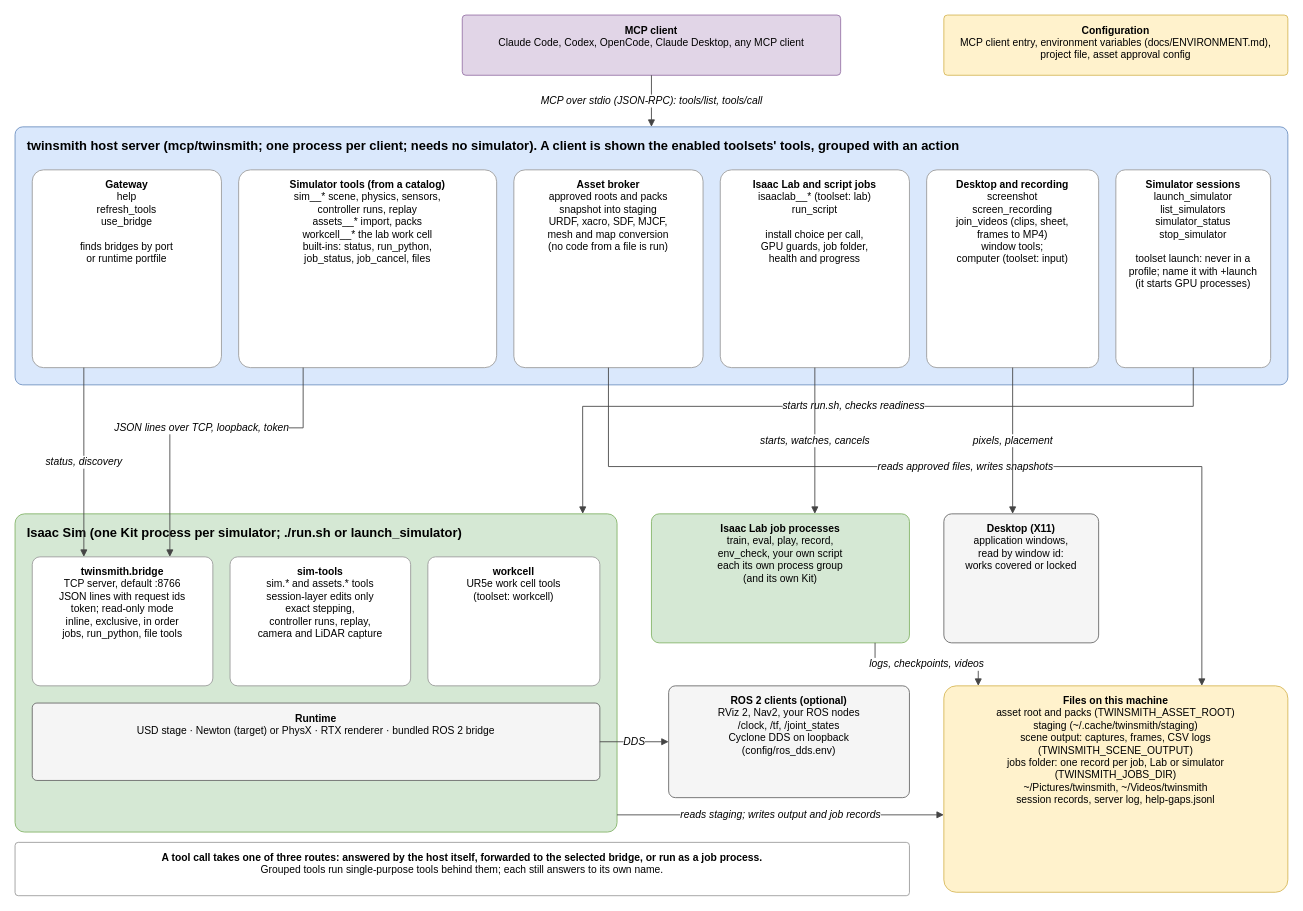
Earlier version of the draw.io diagram docs/architecture.drawio (kalebcoleman/isaac-mcp). Source tidied: cells renumbered, new cells numbered last; positions are measured from the earlier drawing's top-left corner, leaving out a move shared by most shapes. Both pictures are drawn from the tidied source at 86%, with x=0, y=0 at pixel (15, 15).
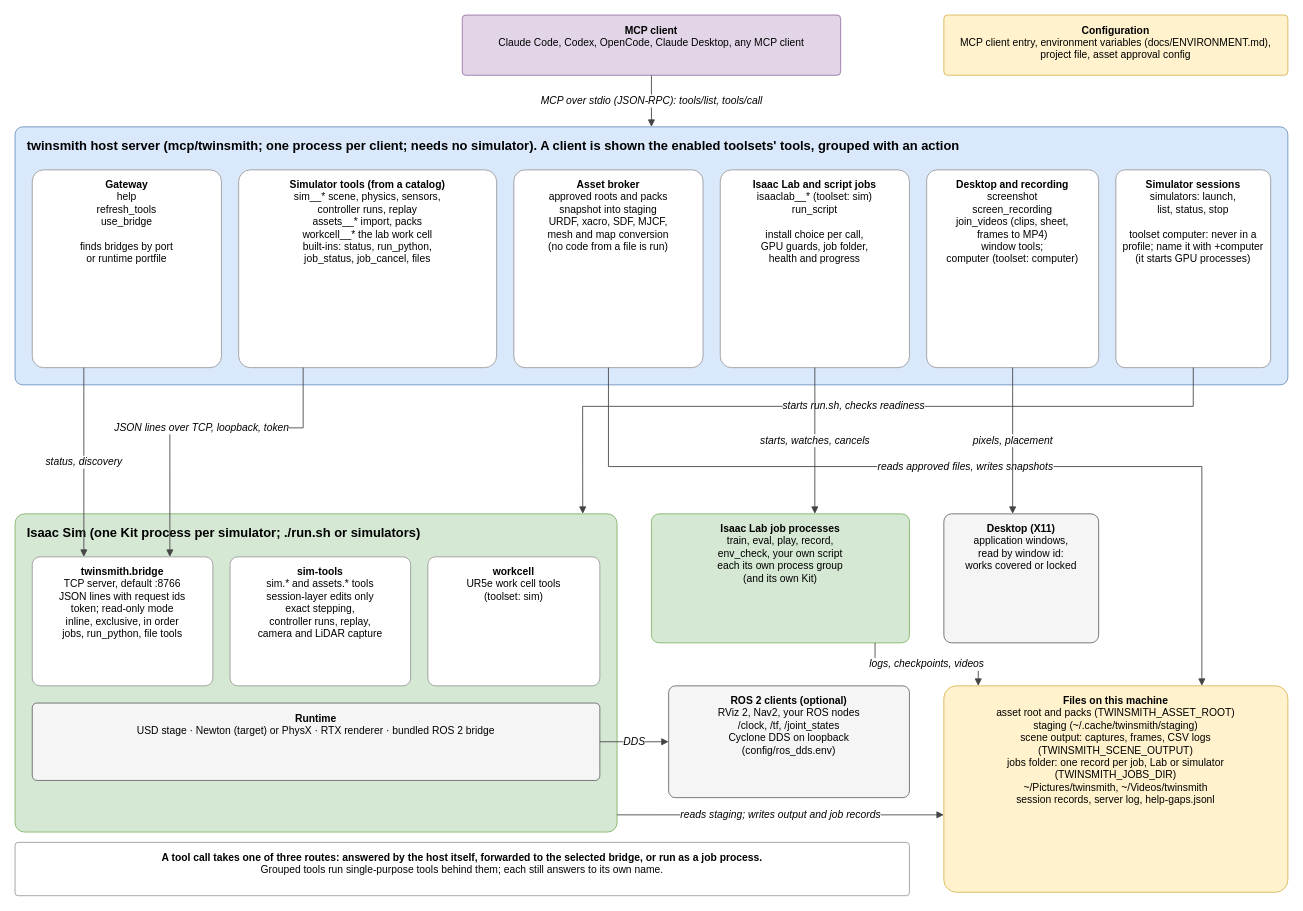
Above is the later version.

The edit, as a diff of the source:
```diff
@@
-    <mxCell id="8" value="&lt;b&gt;Isaac Lab and script jobs&lt;/b&gt;&lt;br&gt;isaaclab__*  (toolset: lab)&lt;br&gt;run_script&lt;br&gt;&lt;br&gt;install choice per call,&lt;br&gt;GPU guards, job folder,&lt;br&gt;health and progress" style="rounded=1;arcSize=6;whiteSpace=wrap;html=1;fillColor=#ffffff;strokeColor=#999999;verticalAlign=top;spacingTop=4;fontSize=12;" parent="1" vertex="1">
+    <mxCell id="8" value="&lt;b&gt;Isaac Lab and script jobs&lt;/b&gt;&lt;br&gt;isaaclab__*  (toolset: sim)&lt;br&gt;run_script&lt;br&gt;&lt;br&gt;install choice per call,&lt;br&gt;GPU guards, job folder,&lt;br&gt;health and progress" style="rounded=1;arcSize=6;whiteSpace=wrap;html=1;fillColor=#ffffff;strokeColor=#999999;verticalAlign=top;spacingTop=4;fontSize=12;" parent="1" vertex="1">
       <mxGeometry x="820" y="180" width="220" height="230" as="geometry" />
     </mxCell>
-    <mxCell id="9" value="&lt;b&gt;Desktop and recording&lt;/b&gt;&lt;br&gt;screenshot&lt;br&gt;screen_recording&lt;br&gt;join_videos (clips, sheet,&lt;br&gt;  frames to MP4)&lt;br&gt;window tools;&lt;br&gt;computer (toolset: input)" style="rounded=1;arcSize=6;whiteSpace=wrap;html=1;fillColor=#ffffff;strokeColor=#999999;verticalAlign=top;spacingTop=4;fontSize=12;" parent="1" vertex="1">
+    <mxCell id="9" value="&lt;b&gt;Desktop and recording&lt;/b&gt;&lt;br&gt;screenshot&lt;br&gt;screen_recording&lt;br&gt;join_videos (clips, sheet,&lt;br&gt;  frames to MP4)&lt;br&gt;window tools;&lt;br&gt;computer (toolset: computer)" style="rounded=1;arcSize=6;whiteSpace=wrap;html=1;fillColor=#ffffff;strokeColor=#999999;verticalAlign=top;spacingTop=4;fontSize=12;" parent="1" vertex="1">
       <mxGeometry x="1060" y="180" width="200" height="230" as="geometry" />
     </mxCell>
-    <mxCell id="10" value="&lt;b&gt;Simulator sessions&lt;/b&gt;&lt;br&gt;launch_simulator&lt;br&gt;list_simulators&lt;br&gt;simulator_status&lt;br&gt;stop_simulator&lt;br&gt;&lt;br&gt;toolset launch: never in a&lt;br&gt;profile; name it with +launch&lt;br&gt;(it starts GPU processes)" style="rounded=1;arcSize=6;whiteSpace=wrap;html=1;fillColor=#ffffff;strokeColor=#999999;verticalAlign=top;spacingTop=4;fontSize=12;" parent="1" vertex="1">
+    <mxCell id="10" value="&lt;b&gt;Simulator sessions&lt;/b&gt;&lt;br&gt;simulators: launch,&lt;br&gt;list, status, stop&lt;br&gt;&lt;br&gt;toolset computer: never in a&lt;br&gt;profile; name it with +computer&lt;br&gt;(it starts GPU processes)" style="rounded=1;arcSize=6;whiteSpace=wrap;html=1;fillColor=#ffffff;strokeColor=#999999;verticalAlign=top;spacingTop=4;fontSize=12;" parent="1" vertex="1">
       <mxGeometry x="1280" y="180" width="180" height="230" as="geometry" />
     </mxCell>
-    <mxCell id="11" value="&lt;b&gt;Isaac Sim  (one Kit process per simulator; ./run.sh or launch_simulator)&lt;/b&gt;" style="rounded=1;arcSize=3;whiteSpace=wrap;html=1;fillColor=#d5e8d4;strokeColor=#82b366;verticalAlign=top;align=left;spacingLeft=12;spacingTop=6;fontSize=15;" parent="1" vertex="1">
+    <mxCell id="11" value="&lt;b&gt;Isaac Sim  (one Kit process per simulator; ./run.sh or simulators)&lt;/b&gt;" style="rounded=1;arcSize=3;whiteSpace=wrap;html=1;fillColor=#d5e8d4;strokeColor=#82b366;verticalAlign=top;align=left;spacingLeft=12;spacingTop=6;fontSize=15;" parent="1" vertex="1">
       <mxGeometry y="580" width="700" height="370" as="geometry" />
     </mxCell>
@@
-    <mxCell id="14" value="&lt;b&gt;workcell&lt;/b&gt;&lt;br&gt;UR5e work cell tools&lt;br&gt;(toolset: workcell)" style="rounded=1;arcSize=6;whiteSpace=wrap;html=1;fillColor=#ffffff;strokeColor=#999999;verticalAlign=top;spacingTop=4;fontSize=12;" parent="1" vertex="1">
+    <mxCell id="14" value="&lt;b&gt;workcell&lt;/b&gt;&lt;br&gt;UR5e work cell tools&lt;br&gt;(toolset: sim)" style="rounded=1;arcSize=6;whiteSpace=wrap;html=1;fillColor=#ffffff;strokeColor=#999999;verticalAlign=top;spacingTop=4;fontSize=12;" parent="1" vertex="1">
       <mxGeometry x="480" y="630" width="200" height="150" as="geometry" />
     </mxCell>
```
